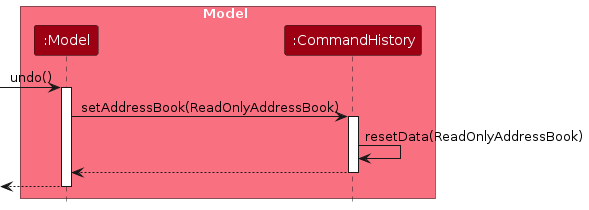
Before: diagrams/UndoSequenceDiagram-Model.png, a diagram exported from PlantUML (AY2324S2-CS2103T-W13-3/tp). Its source is kept beside it as diagrams/UndoSequenceDiagram-Model.puml.
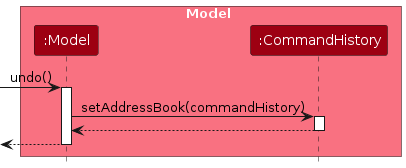
The same file after the commit.

The edit, as a diff of the source:
```diff
@@ -10,10 +10,9 @@
 [-> Model : undo()
 activate Model
 
-Model -> CommandHistory : setAddressBook(ReadOnlyAddressBook)
+Model -> CommandHistory : setAddressBook(commandHistory)
 activate CommandHistory
 
-CommandHistory -> CommandHistory :resetData(ReadOnlyAddressBook)
 CommandHistory --> Model :
 deactivate CommandHistory
 
```
